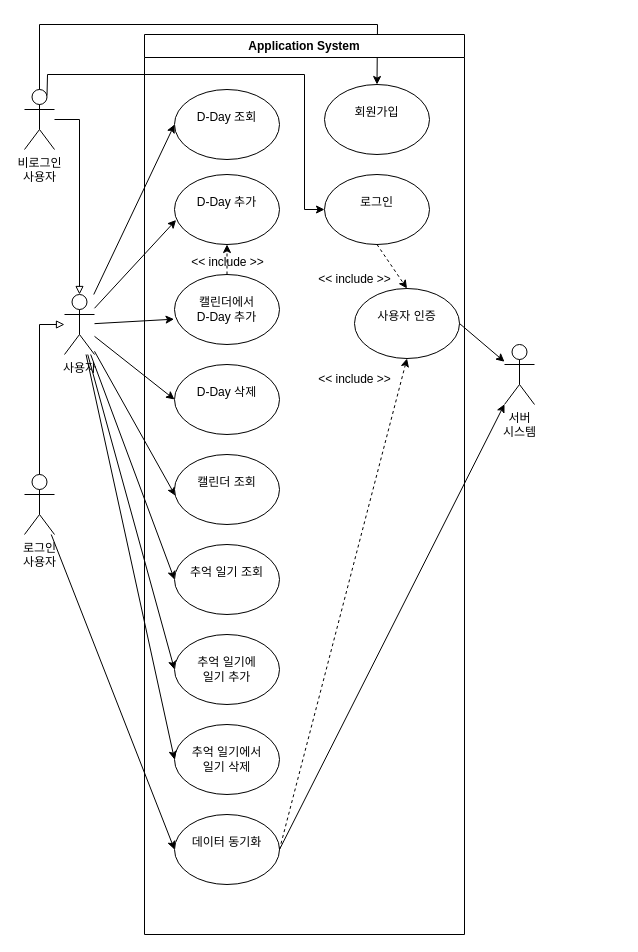
baechuTree/softwareEngineering keeps this draw.io diagram as use case diagram.drawio. Above is the earlier version. Source tidied: cells renumbered, new cells numbered last; positions are measured from the earlier drawing's top-left corner, leaving out a move shared by most shapes. Both pictures are drawn from the tidied source at 100%, with x=0, y=0 at pixel (24, 24).
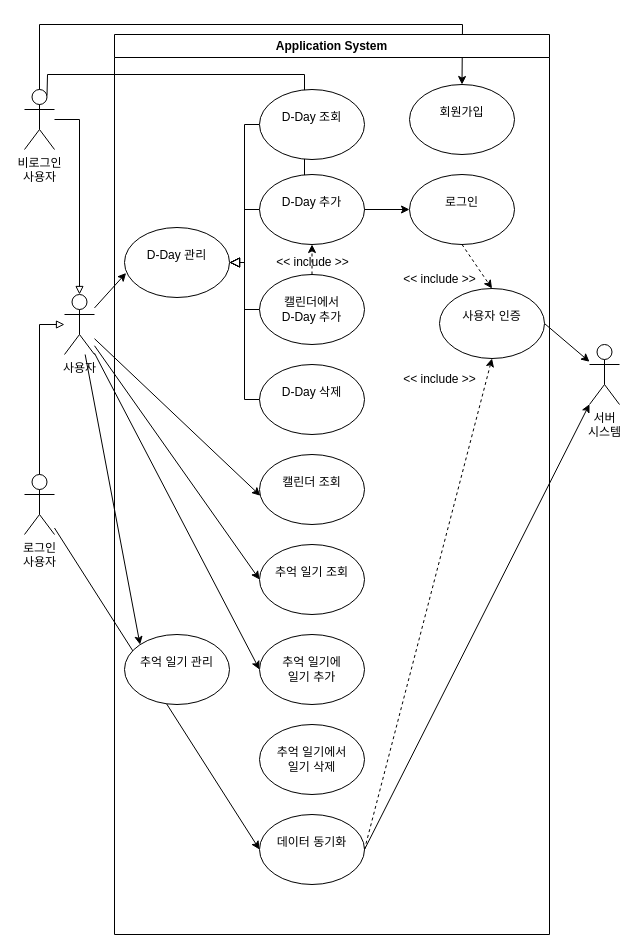
After the change.

Unchanged cells that the change refers to:
```xml
<mxCell id="2" value="비로그인&lt;div&gt;사용자&lt;/div&gt;" style="shape=umlActor;verticalLabelPosition=bottom;verticalAlign=top;html=1;outlineConnect=0;" parent="1" vertex="1">
  <mxGeometry y="65" width="30" height="60" as="geometry" />
</mxCell>
<mxCell id="3" value="&lt;div&gt;사용자&lt;/div&gt;" style="shape=umlActor;verticalLabelPosition=bottom;verticalAlign=top;html=1;outlineConnect=0;" parent="1" vertex="1">
  <mxGeometry x="40" y="270" width="30" height="60" as="geometry" />
</mxCell>
```

Change to the diagram source:
```diff
@@
-    <mxCell id="7" style="endArrow=classic;html=1;rounded=0;entryX=0.015;entryY=0.65;entryDx=0;entryDy=0;entryPerimeter=0;" parent="1" edge="1" source="3" target="18">
-      <mxGeometry relative="1" as="geometry" />
-    </mxCell>
     <mxCell id="8" style="endArrow=classic;html=1;rounded=0;entryX=0.5;entryY=0;entryDx=0;entryDy=0;exitX=0.5;exitY=0;exitDx=0;exitDy=0;exitPerimeter=0;" parent="1" edge="1" source="2" target="13">
       <mxGeometry relative="1" as="geometry">
         <Array as="points">
           <mxPoint x="15" />
-          <mxPoint x="353" />
+          <mxPoint x="438" />
         </Array>
       </mxGeometry>
     </mxCell>
@@
     <mxCell id="10" value="Application System" style="swimlane;whiteSpace=wrap;html=1;" parent="1" vertex="1">
-      <mxGeometry x="120" y="10" width="320" height="900" as="geometry" />
+      <mxGeometry x="90" y="10" width="435" height="900" as="geometry" />
     </mxCell>
+    <mxCell id="28" value="서버&lt;div&gt;시스템&lt;/div&gt;" style="shape=umlActor;verticalLabelPosition=bottom;verticalAlign=top;html=1;outlineConnect=0;" parent="1" vertex="1">
+      <mxGeometry x="565" y="320" width="30" height="60" as="geometry" />
+    </mxCell>
+    <mxCell id="29" style="endArrow=classic;html=1;rounded=0;exitX=1;exitY=0.5;exitDx=0;exitDy=0;" parent="1" edge="1" source="23" target="28">
+      <mxGeometry relative="1" as="geometry" />
+    </mxCell>
+    <mxCell id="30" style="endArrow=classic;html=1;rounded=0;exitX=1;exitY=0.5;exitDx=0;exitDy=0;" parent="1" edge="1" source="11" target="28">
+      <mxGeometry relative="1" as="geometry" />
+    </mxCell>
+    <mxCell id="32" value="&amp;lt;&amp;lt; include &amp;gt;&amp;gt;" style="text;html=1;align=center;verticalAlign=middle;strokeColor=none;fillColor=none;" parent="1" vertex="1">
+      <mxGeometry x="365" y="240" width="100" height="30" as="geometry" />
+    </mxCell>
+    <mxCell id="34" value="&lt;div&gt;로그인&lt;/div&gt;&lt;div&gt;사용자&lt;/div&gt;" style="shape=umlActor;verticalLabelPosition=bottom;verticalAlign=top;html=1;outlineConnect=0;" parent="1" vertex="1">
+      <mxGeometry y="450" width="30" height="60" as="geometry" />
+    </mxCell>
+    <mxCell id="35" style="endArrow=block;html=1;rounded=0;endFill=0;strokeWidth=1;" parent="1" edge="1" source="34">
+      <mxGeometry relative="1" as="geometry">
+        <mxPoint x="40" y="300" as="targetPoint" />
+        <Array as="points">
+          <mxPoint x="15" y="300" />
+        </Array>
+      </mxGeometry>
+    </mxCell>
+    <mxCell id="36" style="endArrow=block;html=1;rounded=0;endFill=0;strokeWidth=1;" parent="1" edge="1" source="2" target="3">
+      <mxGeometry relative="1" as="geometry">
+        <Array as="points">
+          <mxPoint x="55" y="95" />
+        </Array>
+      </mxGeometry>
+    </mxCell>
+    <mxCell id="37" style="endArrow=classic;html=1;rounded=0;entryX=0;entryY=0.5;entryDx=0;entryDy=0;" parent="1" edge="1" source="34" target="23">
+      <mxGeometry relative="1" as="geometry" />
+    </mxCell>
+    <mxCell id="38" style="endArrow=classic;html=1;rounded=0;entryX=0;entryY=0;entryDx=0;entryDy=0;" parent="1" edge="1" source="3" target="42">
+      <mxGeometry relative="1" as="geometry" />
+    </mxCell>
+    <mxCell id="40" style="endArrow=classic;html=1;rounded=0;entryX=0.015;entryY=0.65;entryDx=0;entryDy=0;entryPerimeter=0;" parent="1" edge="1" source="3" target="41">
+      <mxGeometry relative="1" as="geometry" />
+    </mxCell>
+    <mxCell id="41" value="&lt;div&gt;&lt;br&gt;&lt;/div&gt;&lt;div&gt;&lt;span style=&quot;background-color: transparent; color: light-dark(rgb(0, 0, 0), rgb(255, 255, 255));&quot;&gt;D-Day 관리&lt;/span&gt;&lt;/div&gt;" style="ellipse;whiteSpace=wrap;html=1;verticalAlign=top;align=center;" parent="1" vertex="1">
+      <mxGeometry x="100" y="203" width="105" height="70" as="geometry" />
+    </mxCell>
+    <mxCell id="42" value="&lt;div&gt;&lt;br&gt;&lt;/div&gt;&lt;div&gt;추억 일기 관리&lt;/div&gt;" style="ellipse;whiteSpace=wrap;html=1;verticalAlign=top;align=center;" parent="1" vertex="1">
+      <mxGeometry x="100" y="610" width="105" height="70" as="geometry" />
+    </mxCell>
+    <mxCell id="43" style="edgeStyle=elbowEdgeStyle;elbow=horizontal;endArrow=block;html=1;curved=0;rounded=0;endSize=8;startSize=8;fontSize=12;exitX=0;exitY=0.5;exitDx=0;exitDy=0;entryX=1;entryY=0.5;entryDx=0;entryDy=0;endFill=0;" parent="1" edge="1" source="20" target="41">
+      <mxGeometry relative="1" as="geometry" />
+    </mxCell>
+    <mxCell id="44" style="edgeStyle=elbowEdgeStyle;elbow=horizontal;endArrow=block;html=1;curved=0;rounded=0;endSize=8;startSize=8;fontSize=12;exitX=0;exitY=0.5;exitDx=0;exitDy=0;entryX=1;entryY=0.5;entryDx=0;entryDy=0;endFill=0;" parent="1" edge="1" source="18" target="41">
+      <mxGeometry relative="1" as="geometry" />
+    </mxCell>
+    <mxCell id="45" style="edgeStyle=elbowEdgeStyle;elbow=horizontal;endArrow=block;html=1;curved=0;rounded=0;endSize=8;startSize=8;fontSize=12;exitX=0;exitY=0.5;exitDx=0;exitDy=0;entryX=1;entryY=0.5;entryDx=0;entryDy=0;endFill=0;" parent="1" edge="1" source="17" target="41">
+      <mxGeometry relative="1" as="geometry" />
+    </mxCell>
+    <mxCell id="46" style="edgeStyle=elbowEdgeStyle;elbow=horizontal;endArrow=block;html=1;curved=0;rounded=0;endSize=8;startSize=8;fontSize=12;exitX=0;exitY=0.5;exitDx=0;exitDy=0;entryX=1;entryY=0.5;entryDx=0;entryDy=0;endFill=0;" parent="1" edge="1" source="26" target="41">
+      <mxGeometry relative="1" as="geometry" />
+    </mxCell>
-    <mxCell id="11" value="&lt;div&gt;&lt;br&gt;&lt;/div&gt;&lt;div&gt;사용자 인증&lt;/div&gt;" style="ellipse;whiteSpace=wrap;html=1;verticalAlign=top;align=center;" parent="10" vertex="1">
-      <mxGeometry x="210" y="254" width="105" height="70" as="geometry" />
+    <mxCell id="11" value="&lt;div&gt;&lt;br&gt;&lt;/div&gt;&lt;div&gt;사용자 인증&lt;/div&gt;" style="ellipse;whiteSpace=wrap;html=1;verticalAlign=top;align=center;" parent="1" vertex="1">
+      <mxGeometry x="415" y="264" width="105" height="70" as="geometry" />
     </mxCell>
-    <mxCell id="12" value="&lt;div&gt;&lt;br&gt;&lt;/div&gt;&lt;div&gt;로그인&lt;/div&gt;" style="ellipse;whiteSpace=wrap;html=1;verticalAlign=top;align=center;" parent="10" vertex="1">
-      <mxGeometry x="180" y="140" width="105" height="70" as="geometry" />
+    <mxCell id="12" value="&lt;div&gt;&lt;br&gt;&lt;/div&gt;&lt;div&gt;로그인&lt;/div&gt;" style="ellipse;whiteSpace=wrap;html=1;verticalAlign=top;align=center;" parent="1" vertex="1">
+      <mxGeometry x="385" y="150" width="105" height="70" as="geometry" />
     </mxCell>
-    <mxCell id="13" value="&lt;br&gt;&lt;div&gt;회원가입&lt;/div&gt;" style="ellipse;whiteSpace=wrap;html=1;verticalAlign=top;align=center;" parent="10" vertex="1">
-      <mxGeometry x="180" y="50" width="105" height="70" as="geometry" />
+    <mxCell id="13" value="&lt;br&gt;&lt;div&gt;회원가입&lt;/div&gt;" style="ellipse;whiteSpace=wrap;html=1;verticalAlign=top;align=center;" parent="1" vertex="1">
+      <mxGeometry x="385" y="60" width="105" height="70" as="geometry" />
     </mxCell>
-    <mxCell id="14" value="&amp;lt;&amp;lt; include &amp;gt;&amp;gt;" style="text;html=1;align=center;verticalAlign=middle;strokeColor=none;fillColor=none;" parent="10" vertex="1">
-      <mxGeometry x="160" y="330" width="100" height="30" as="geometry" />
+    <mxCell id="14" value="&amp;lt;&amp;lt; include &amp;gt;&amp;gt;" style="text;html=1;align=center;verticalAlign=middle;strokeColor=none;fillColor=none;" parent="1" vertex="1">
+      <mxGeometry x="365" y="340" width="100" height="30" as="geometry" />
     </mxCell>
-    <mxCell id="15" value="&amp;lt;&amp;lt; include &amp;gt;&amp;gt;" style="text;html=1;align=center;verticalAlign=middle;strokeColor=none;fillColor=none;" parent="10" vertex="1">
-      <mxGeometry x="32.5" y="213" width="100" height="30" as="geometry" />
+    <mxCell id="15" value="&amp;lt;&amp;lt; include &amp;gt;&amp;gt;" style="text;html=1;align=center;verticalAlign=middle;strokeColor=none;fillColor=none;" parent="1" vertex="1">
+      <mxGeometry x="237.5" y="223" width="100" height="30" as="geometry" />
     </mxCell>
-    <mxCell id="16" style="endArrow=classic;html=1;rounded=0;exitX=0.5;exitY=1;exitDx=0;exitDy=0;entryX=0.5;entryY=0;entryDx=0;entryDy=0;dashed=1;" parent="10" edge="1" source="12" target="11">
+    <mxCell id="16" style="endArrow=classic;html=1;rounded=0;exitX=0.5;exitY=1;exitDx=0;exitDy=0;entryX=0.5;entryY=0;entryDx=0;entryDy=0;dashed=1;" parent="1" edge="1" source="12" target="11">
       <mxGeometry relative="1" as="geometry" />
     </mxCell>
-    <mxCell id="17" value="&lt;div&gt;&lt;br&gt;&lt;/div&gt;&lt;div&gt;캘린더에서&lt;/div&gt;&lt;div&gt;D-Day 추가&lt;/div&gt;" style="ellipse;whiteSpace=wrap;html=1;verticalAlign=top;align=center;" parent="10" vertex="1">
-      <mxGeometry x="30" y="240" width="105" height="70" as="geometry" />
+    <mxCell id="17" value="&lt;div&gt;&lt;br&gt;&lt;/div&gt;&lt;div&gt;캘린더에서&lt;/div&gt;&lt;div&gt;D-Day 추가&lt;/div&gt;" style="ellipse;whiteSpace=wrap;html=1;verticalAlign=top;align=center;" parent="1" vertex="1">
+      <mxGeometry x="235" y="250" width="105" height="70" as="geometry" />
     </mxCell>
-    <mxCell id="18" value="&lt;div&gt;&lt;br&gt;&lt;/div&gt;&lt;div&gt;&lt;span style=&quot;background-color: transparent; color: light-dark(rgb(0, 0, 0), rgb(255, 255, 255));&quot;&gt;D-Day 추가&lt;/span&gt;&lt;/div&gt;" style="ellipse;whiteSpace=wrap;html=1;verticalAlign=top;align=center;" parent="10" vertex="1">
-      <mxGeometry x="30" y="140" width="105" height="70" as="geometry" />
+    <mxCell id="18" value="&lt;div&gt;&lt;br&gt;&lt;/div&gt;&lt;div&gt;&lt;span style=&quot;background-color: transparent; color: light-dark(rgb(0, 0, 0), rgb(255, 255, 255));&quot;&gt;D-Day 추가&lt;/span&gt;&lt;/div&gt;" style="ellipse;whiteSpace=wrap;html=1;verticalAlign=top;align=center;" parent="1" vertex="1">
+      <mxGeometry x="235" y="150" width="105" height="70" as="geometry" />
     </mxCell>
-    <mxCell id="19" style="endArrow=classic;html=1;rounded=0;exitX=0.5;exitY=0;exitDx=0;exitDy=0;entryX=0.5;entryY=1;entryDx=0;entryDy=0;dashed=1;" parent="10" edge="1" source="17" target="18">
+    <mxCell id="19" style="endArrow=classic;html=1;rounded=0;exitX=0.5;exitY=0;exitDx=0;exitDy=0;entryX=0.5;entryY=1;entryDx=0;entryDy=0;dashed=1;" parent="1" edge="1" source="17" target="18">
       <mxGeometry relative="1" as="geometry" />
     </mxCell>
-    <mxCell id="20" value="&lt;div&gt;&lt;br&gt;&lt;/div&gt;&lt;div&gt;&lt;span style=&quot;background-color: transparent; color: light-dark(rgb(0, 0, 0), rgb(255, 255, 255));&quot;&gt;D-Day 조회&lt;/span&gt;&lt;/div&gt;" style="ellipse;whiteSpace=wrap;html=1;verticalAlign=top;align=center;" parent="10" vertex="1">
-      <mxGeometry x="30" y="55" width="105" height="70" as="geometry" />
+    <mxCell id="20" value="&lt;div&gt;&lt;br&gt;&lt;/div&gt;&lt;div&gt;&lt;span style=&quot;background-color: transparent; color: light-dark(rgb(0, 0, 0), rgb(255, 255, 255));&quot;&gt;D-Day 조회&lt;/span&gt;&lt;/div&gt;" style="ellipse;whiteSpace=wrap;html=1;verticalAlign=top;align=center;" parent="1" vertex="1">
+      <mxGeometry x="235" y="65" width="105" height="70" as="geometry" />
     </mxCell>
-    <mxCell id="21" value="&lt;div&gt;&lt;br&gt;&lt;/div&gt;&lt;div&gt;캘린더 조회&lt;/div&gt;" style="ellipse;whiteSpace=wrap;html=1;verticalAlign=top;align=center;" parent="10" vertex="1">
-      <mxGeometry x="30" y="420" width="105" height="70" as="geometry" />
+    <mxCell id="21" value="&lt;div&gt;&lt;br&gt;&lt;/div&gt;&lt;div&gt;캘린더 조회&lt;/div&gt;" style="ellipse;whiteSpace=wrap;html=1;verticalAlign=top;align=center;" parent="1" vertex="1">
+      <mxGeometry x="235" y="430" width="105" height="70" as="geometry" />
     </mxCell>
-    <mxCell id="22" value="&lt;div&gt;&lt;br&gt;&lt;/div&gt;&lt;div&gt;추억 일기&amp;nbsp;&lt;span style=&quot;background-color: transparent; color: light-dark(rgb(0, 0, 0), rgb(255, 255, 255));&quot;&gt;조회&lt;/span&gt;&lt;/div&gt;" style="ellipse;whiteSpace=wrap;html=1;verticalAlign=top;align=center;" parent="10" vertex="1">
-      <mxGeometry x="30" y="510" width="105" height="70" as="geometry" />
+    <mxCell id="22" value="&lt;div&gt;&lt;br&gt;&lt;/div&gt;&lt;div&gt;추억 일기&amp;nbsp;&lt;span style=&quot;background-color: transparent; color: light-dark(rgb(0, 0, 0), rgb(255, 255, 255));&quot;&gt;조회&lt;/span&gt;&lt;/div&gt;" style="ellipse;whiteSpace=wrap;html=1;verticalAlign=top;align=center;" parent="1" vertex="1">
+      <mxGeometry x="235" y="520" width="105" height="70" as="geometry" />
     </mxCell>
-    <mxCell id="23" value="&lt;div&gt;&lt;br&gt;&lt;/div&gt;&lt;div&gt;데이터 동기화&lt;/div&gt;" style="ellipse;whiteSpace=wrap;html=1;verticalAlign=top;align=center;" parent="10" vertex="1">
-      <mxGeometry x="30" y="780" width="105" height="70" as="geometry" />
+    <mxCell id="23" value="&lt;div&gt;&lt;br&gt;&lt;/div&gt;&lt;div&gt;데이터 동기화&lt;/div&gt;" style="ellipse;whiteSpace=wrap;html=1;verticalAlign=top;align=center;" parent="1" vertex="1">
+      <mxGeometry x="235" y="790" width="105" height="70" as="geometry" />
     </mxCell>
-    <mxCell id="24" style="endArrow=classic;html=1;rounded=0;exitX=1;exitY=0.5;exitDx=0;exitDy=0;entryX=0.5;entryY=1;entryDx=0;entryDy=0;dashed=1;" parent="10" edge="1" source="23" target="11">
+    <mxCell id="24" style="endArrow=classic;html=1;rounded=0;exitX=1;exitY=0.5;exitDx=0;exitDy=0;entryX=0.5;entryY=1;entryDx=0;entryDy=0;dashed=1;" parent="1" edge="1" source="23" target="11">
       <mxGeometry relative="1" as="geometry" />
     </mxCell>
-    <mxCell id="25" value="&lt;div&gt;&lt;br&gt;&lt;/div&gt;&lt;div&gt;추억 일기에&lt;/div&gt;&lt;div&gt;일기 추가&lt;/div&gt;" style="ellipse;whiteSpace=wrap;html=1;verticalAlign=top;align=center;" parent="10" vertex="1">
-      <mxGeometry x="30" y="600" width="105" height="70" as="geometry" />
+    <mxCell id="25" value="&lt;div&gt;&lt;br&gt;&lt;/div&gt;&lt;div&gt;추억 일기에&lt;/div&gt;&lt;div&gt;일기 추가&lt;/div&gt;" style="ellipse;whiteSpace=wrap;html=1;verticalAlign=top;align=center;" parent="1" vertex="1">
+      <mxGeometry x="235" y="610" width="105" height="70" as="geometry" />
     </mxCell>
-    <mxCell id="26" value="&lt;div&gt;&lt;br&gt;&lt;/div&gt;&lt;div&gt;&lt;span style=&quot;background-color: transparent; color: light-dark(rgb(0, 0, 0), rgb(255, 255, 255));&quot;&gt;D-Day 삭제&lt;/span&gt;&lt;/div&gt;" style="ellipse;whiteSpace=wrap;html=1;verticalAlign=top;align=center;" parent="10" vertex="1">
-      <mxGeometry x="30" y="330" width="105" height="70" as="geometry" />
+    <mxCell id="26" value="&lt;div&gt;&lt;br&gt;&lt;/div&gt;&lt;div&gt;&lt;span style=&quot;background-color: transparent; color: light-dark(rgb(0, 0, 0), rgb(255, 255, 255));&quot;&gt;D-Day 삭제&lt;/span&gt;&lt;/div&gt;" style="ellipse;whiteSpace=wrap;html=1;verticalAlign=top;align=center;" parent="1" vertex="1">
+      <mxGeometry x="235" y="340" width="105" height="70" as="geometry" />
     </mxCell>
-    <mxCell id="27" value="&lt;div&gt;&lt;br&gt;&lt;/div&gt;&lt;div&gt;추억 일기에서&lt;/div&gt;&lt;div&gt;일기 삭제&lt;/div&gt;" style="ellipse;whiteSpace=wrap;html=1;verticalAlign=top;align=center;" parent="10" vertex="1">
-      <mxGeometry x="30" y="690" width="105" height="70" as="geometry" />
+    <mxCell id="27" value="&lt;div&gt;&lt;br&gt;&lt;/div&gt;&lt;div&gt;추억 일기에서&lt;/div&gt;&lt;div&gt;일기 삭제&lt;/div&gt;" style="ellipse;whiteSpace=wrap;html=1;verticalAlign=top;align=center;" parent="1" vertex="1">
+      <mxGeometry x="235" y="700" width="105" height="70" as="geometry" />
     </mxCell>
-    <mxCell id="28" value="서버&lt;div&gt;시스템&lt;/div&gt;" style="shape=umlActor;verticalLabelPosition=bottom;verticalAlign=top;html=1;outlineConnect=0;" parent="1" vertex="1">
-      <mxGeometry x="480" y="320" width="30" height="60" as="geometry" />
-    </mxCell>
-    <mxCell id="29" style="endArrow=classic;html=1;rounded=0;exitX=1;exitY=0.5;exitDx=0;exitDy=0;" parent="1" edge="1" source="23" target="28">
-      <mxGeometry relative="1" as="geometry" />
-    </mxCell>
-    <mxCell id="30" style="endArrow=classic;html=1;rounded=0;exitX=1;exitY=0.5;exitDx=0;exitDy=0;" parent="1" edge="1" source="11" target="28">
-      <mxGeometry relative="1" as="geometry" />
-    </mxCell>
-    <mxCell id="31" style="endArrow=classic;html=1;rounded=0;entryX=-0.004;entryY=0.638;entryDx=0;entryDy=0;entryPerimeter=0;" parent="1" edge="1" source="3" target="17">
-      <mxGeometry relative="1" as="geometry" />
-    </mxCell>
-    <mxCell id="32" value="&amp;lt;&amp;lt; include &amp;gt;&amp;gt;" style="text;html=1;align=center;verticalAlign=middle;strokeColor=none;fillColor=none;" parent="1" vertex="1">
-      <mxGeometry x="280" y="240" width="100" height="30" as="geometry" />
-    </mxCell>
-    <mxCell id="33" style="endArrow=classic;html=1;rounded=0;entryX=0;entryY=0.5;entryDx=0;entryDy=0;" parent="1" edge="1" source="3" target="20">
-      <mxGeometry relative="1" as="geometry" />
-    </mxCell>
-    <mxCell id="34" value="&lt;div&gt;로그인&lt;/div&gt;&lt;div&gt;사용자&lt;/div&gt;" style="shape=umlActor;verticalLabelPosition=bottom;verticalAlign=top;html=1;outlineConnect=0;" parent="1" vertex="1">
-      <mxGeometry y="450" width="30" height="60" as="geometry" />
-    </mxCell>
-    <mxCell id="35" style="endArrow=block;html=1;rounded=0;endFill=0;strokeWidth=1;" parent="1" edge="1" source="34">
-      <mxGeometry relative="1" as="geometry">
-        <mxPoint x="40" y="300" as="targetPoint" />
-        <Array as="points">
-          <mxPoint x="15" y="300" />
-        </Array>
-      </mxGeometry>
-    </mxCell>
-    <mxCell id="36" style="endArrow=block;html=1;rounded=0;endFill=0;strokeWidth=1;" parent="1" edge="1" source="2" target="3">
-      <mxGeometry relative="1" as="geometry">
-        <Array as="points">
-          <mxPoint x="55" y="95" />
-        </Array>
-      </mxGeometry>
-    </mxCell>
-    <mxCell id="37" style="endArrow=classic;html=1;rounded=0;entryX=0;entryY=0.5;entryDx=0;entryDy=0;" parent="1" edge="1" source="34" target="23">
-      <mxGeometry relative="1" as="geometry" />
-    </mxCell>
-    <mxCell id="38" style="endArrow=classic;html=1;rounded=0;entryX=0;entryY=0.5;entryDx=0;entryDy=0;" parent="1" edge="1" source="3" target="27">
-      <mxGeometry relative="1" as="geometry" />
-    </mxCell>
-    <mxCell id="39" style="endArrow=classic;html=1;rounded=0;entryX=0;entryY=0.5;entryDx=0;entryDy=0;" parent="1" edge="1" source="3" target="26">
-      <mxGeometry relative="1" as="geometry" />
-    </mxCell>
```
